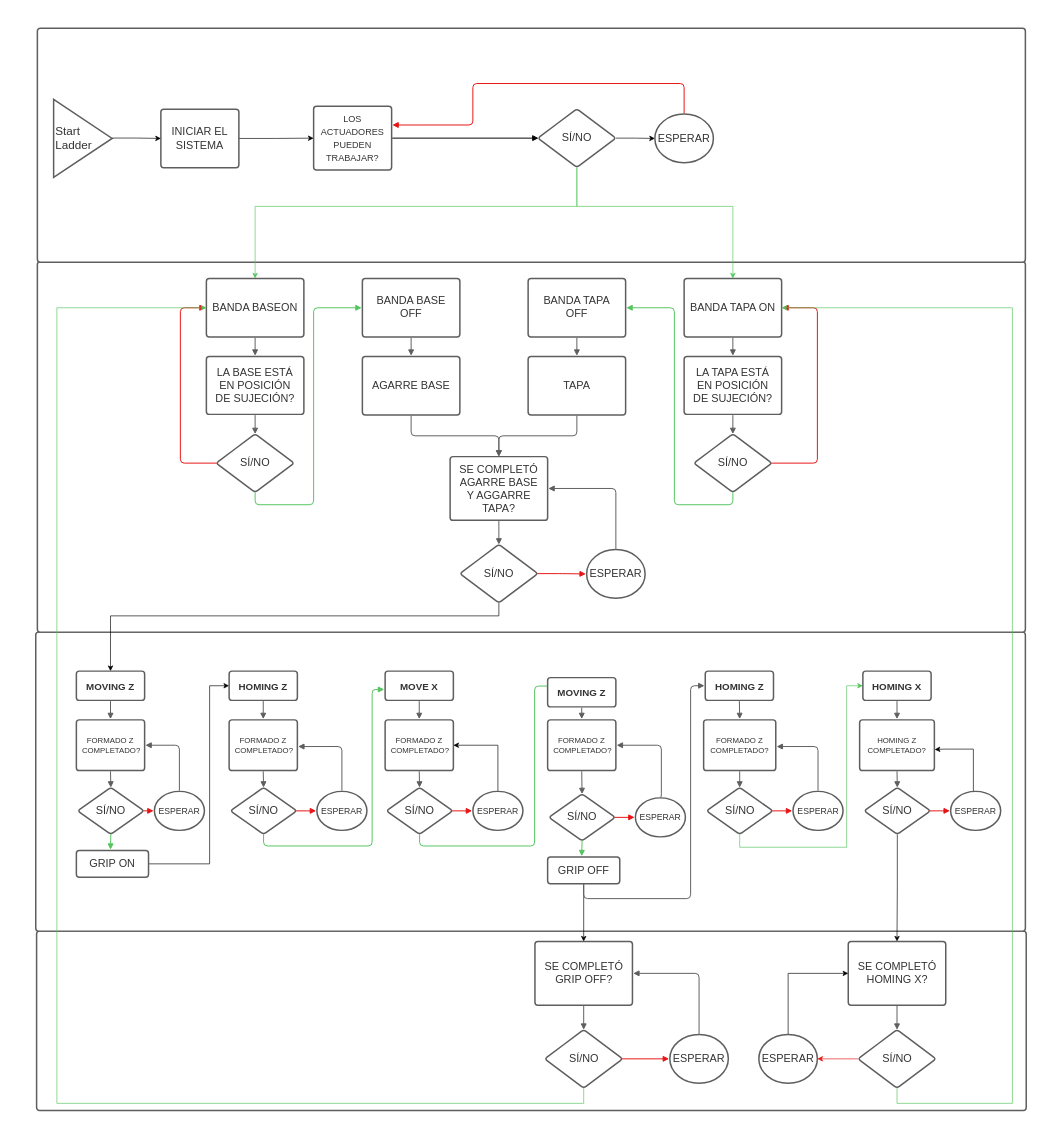
aholguinr/Semestre-10 keeps this draw.io diagram as SCADA y controladores industriales/SCADA R1.drawio. Above is the earlier version. Source tidied: cells renumbered, new cells numbered last; positions are measured from the earlier drawing's top-left corner, leaving out a move shared by most shapes. Both pictures are drawn from the tidied source at 65%, with x=0, y=0 at pixel (36, 28).
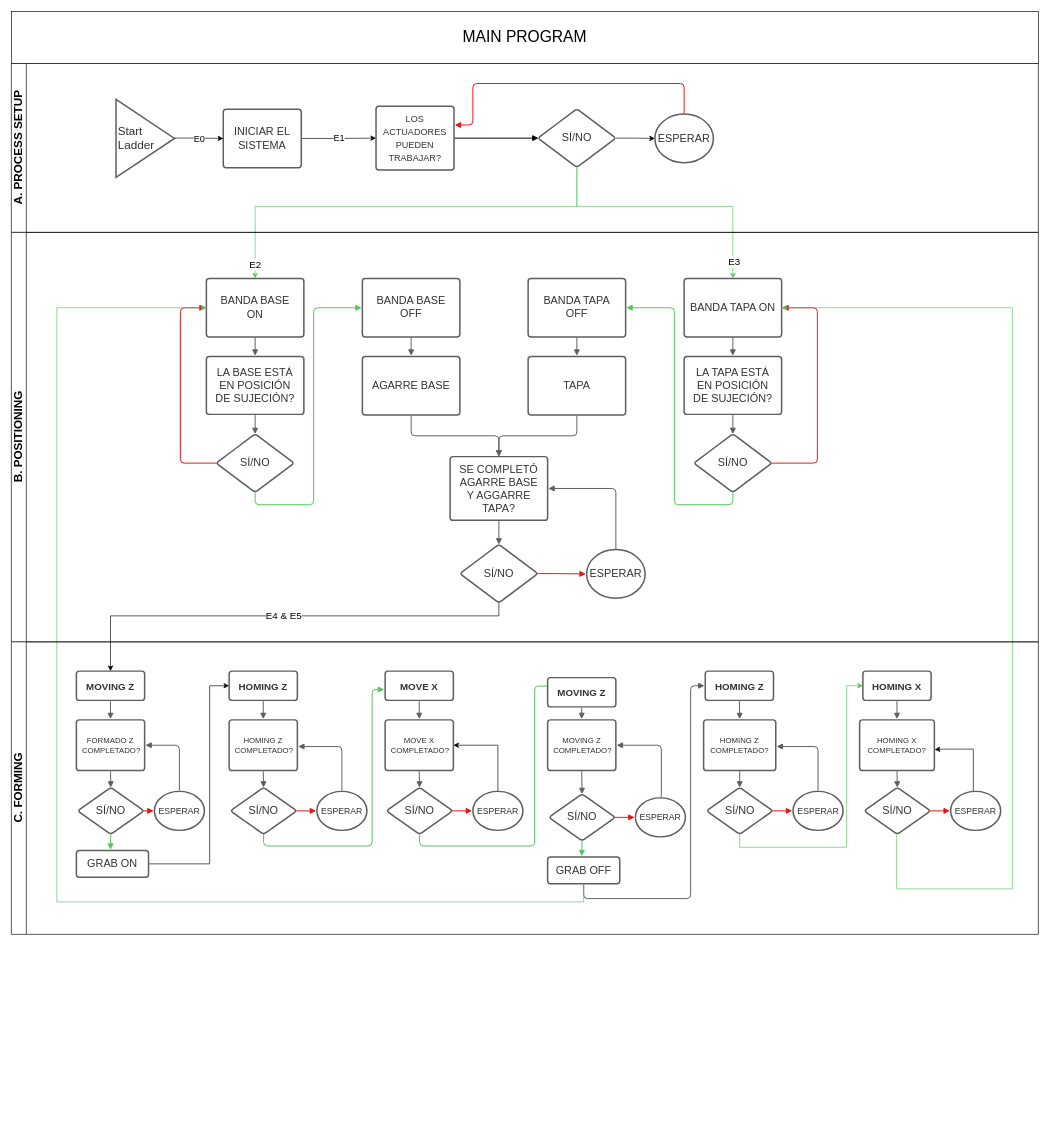
The same diagram, later.

The change refers to these unchanged cells:
```xml
<mxCell id="10" value="BANDA TAPA ON" style="html=1;overflow=block;blockSpacing=1;whiteSpace=wrap;fontSize=16.7;fontColor=#333333;align=center;spacing=9;strokeColor=#5e5e5e;strokeOpacity=100;rounded=1;absoluteArcSize=1;arcSize=9;strokeWidth=2.3;lucidId=hbyE5MZq4AQ-;" parent="1" vertex="1">
  <mxGeometry x="997" y="385" width="150" height="90" as="geometry" />
</mxCell>
<mxCell id="29" value="SÍ/NO" style="html=1;overflow=block;blockSpacing=1;whiteSpace=wrap;rhombus;fontSize=16.7;fontColor=#333333;align=center;spacing=3.8;strokeColor=#5e5e5e;strokeOpacity=100;rounded=1;absoluteArcSize=1;arcSize=9;strokeWidth=2.3;lucidId=gjyEcwo8gJlT;" parent="1" vertex="1">
  <mxGeometry x="652" y="794" width="120" height="90" as="geometry" />
</mxCell>
<mxCell id="34" value="MOVING Z" style="html=1;overflow=block;blockSpacing=1;whiteSpace=wrap;fontSize=15;fontColor=#333333;fontStyle=1;align=center;spacing=9;strokeColor=#5e5e5e;strokeOpacity=100;rounded=1;absoluteArcSize=1;arcSize=9;strokeWidth=2.3;lucidId=YmyEwCShwE1t;" parent="1" vertex="1">
  <mxGeometry x="62" y="989" width="105" height="45" as="geometry" />
</mxCell>
<mxCell id="65" value="&lt;font style=&quot;font-size: 18px;&quot;&gt;Start &lt;br&gt;Ladder&lt;/font&gt;" style="html=1;overflow=block;blockSpacing=1;whiteSpace=wrap;shape=mxgraph.basic.acute_triangle;dx=0.5;anchorPointDirection=0;fontSize=16.7;fontColor=#333333;align=left;spacing=3.8;strokeOpacity=100;rounded=1;absoluteArcSize=1;arcSize=9;strokeWidth=2.3;lucidId=u6xEnjwIJ-KL;fillColor=none;strokeColor=none;rotation=0;" parent="64" vertex="1">
  <mxGeometry x="0.12" y="-0.17" width="90" height="120" relative="1" as="geometry" />
</mxCell>
<mxCell id="69" style="edgeStyle=orthogonalEdgeStyle;rounded=0;jettySize=auto;html=1;entryX=0.5;entryY=0;entryDx=0;entryDy=0;strokeColor=#54C45E;" parent="1" edge="1" source="72" target="10">
  <mxGeometry relative="1" as="geometry">
    <Array as="points">
      <mxPoint x="832" y="274" />
      <mxPoint x="1072" y="274" />
    </Array>
  </mxGeometry>
</mxCell>
<mxCell id="71" style="edgeStyle=orthogonalEdgeStyle;rounded=0;jettySize=auto;html=1;entryX=0.5;entryY=0;entryDx=0;entryDy=0;strokeColor=#54C45E;" parent="1" edge="1" source="72" target="9">
  <mxGeometry relative="1" as="geometry">
    <Array as="points">
      <mxPoint x="832" y="274" />
      <mxPoint x="337" y="274" />
    </Array>
  </mxGeometry>
</mxCell>
<mxCell id="100" value="SÍ/NO" style="html=1;overflow=block;blockSpacing=1;whiteSpace=wrap;rhombus;fontSize=16.7;fontColor=#333333;align=center;spacing=3.8;strokeColor=#5e5e5e;strokeOpacity=100;rounded=1;absoluteArcSize=1;arcSize=9;strokeWidth=2.3;lucidId=CtyEHdSiDJRP;" parent="1" vertex="1">
  <mxGeometry x="1274" y="1168" width="102" height="72" as="geometry" />
</mxCell>
```

What changed in the source:
```diff
@@
-    <mxCell id="2" style="html=1;overflow=block;blockSpacing=1;whiteSpace=wrap;fontSize=13;align=center;spacing=9;strokeColor=#5e5e5e;strokeOpacity=100;rounded=1;absoluteArcSize=1;arcSize=9;strokeWidth=2.3;lucidId=y~xER-p5RncS;" parent="1" vertex="1">
-      <mxGeometry x="0.8" y="1389" width="1522.5" height="276" as="geometry" />
-    </mxCell>
-    <mxCell id="3" style="html=1;overflow=block;blockSpacing=1;whiteSpace=wrap;fontSize=13;align=center;spacing=9;strokeColor=#5e5e5e;strokeOpacity=100;rounded=1;absoluteArcSize=1;arcSize=9;strokeWidth=2.3;lucidId=y~xER-p5RncS;" parent="1" vertex="1">
-      <mxGeometry x="-0.5" y="929" width="1522.5" height="460" as="geometry" />
-    </mxCell>
-    <mxCell id="4" style="html=1;overflow=block;blockSpacing=1;whiteSpace=wrap;fontSize=13;align=center;spacing=9;strokeColor=#5e5e5e;strokeOpacity=100;rounded=1;absoluteArcSize=1;arcSize=9;strokeWidth=2.3;lucidId=y~xER-p5RncS;" parent="1" vertex="1">
-      <mxGeometry x="2" y="359" width="1520" height="570" as="geometry" />
-    </mxCell>
@@
-    <mxCell id="9" value="BANDA BASEON" style="html=1;overflow=block;blockSpacing=1;whiteSpace=wrap;fontSize=16.7;fontColor=#333333;align=center;spacing=9;strokeColor=#5e5e5e;strokeOpacity=100;rounded=1;absoluteArcSize=1;arcSize=9;strokeWidth=2.3;lucidId=cbyEpvFuCPS_;" parent="1" vertex="1">
+    <mxCell id="9" value="BANDA BASE ON" style="html=1;overflow=block;blockSpacing=1;whiteSpace=wrap;fontSize=16.7;fontColor=#333333;align=center;spacing=9;strokeColor=#5e5e5e;strokeOpacity=100;rounded=1;absoluteArcSize=1;arcSize=9;strokeWidth=2.3;lucidId=cbyEpvFuCPS_;" parent="1" vertex="1">
       <mxGeometry x="262" y="385" width="150" height="90" as="geometry" />
     </mxCell>
@@
-    <mxCell id="28" style="edgeStyle=orthogonalEdgeStyle;rounded=0;jettySize=auto;html=1;entryX=0.5;entryY=0;entryDx=0;entryDy=0;exitX=0.5;exitY=1;exitDx=0;exitDy=0;" parent="1" edge="1" source="29" target="34">
+    <mxCell id="28" value="&lt;font style=&quot;font-size: 15px;&quot;&gt;E4 &amp;amp; E5&lt;/font&gt;" style="edgeStyle=orthogonalEdgeStyle;rounded=0;jettySize=auto;html=1;entryX=0.5;entryY=0;entryDx=0;entryDy=0;exitX=0.5;exitY=1;exitDx=0;exitDy=0;" parent="1" edge="1" source="29" target="34">
       <mxGeometry relative="1" as="geometry">
         <Array as="points">
           <mxPoint x="712" y="904" />
           <mxPoint x="115" y="904" />
         </Array>
       </mxGeometry>
     </mxCell>
@@
-    <mxCell id="43" value="GRIP ON" style="html=1;overflow=block;blockSpacing=1;whiteSpace=wrap;fontSize=16.7;fontColor=#333333;align=center;spacing=9;strokeColor=#5e5e5e;strokeOpacity=100;rounded=1;absoluteArcSize=1;arcSize=9;strokeWidth=2.3;lucidId=jpyEtr1tzENd;" parent="1" vertex="1">
+    <mxCell id="43" value="GRAB&amp;nbsp;ON" style="html=1;overflow=block;blockSpacing=1;whiteSpace=wrap;fontSize=16.7;fontColor=#333333;align=center;spacing=9;strokeColor=#5e5e5e;strokeOpacity=100;rounded=1;absoluteArcSize=1;arcSize=9;strokeWidth=2.3;lucidId=jpyEtr1tzENd;" parent="1" vertex="1">
       <mxGeometry x="62" y="1265" width="111" height="41" as="geometry" />
     </mxCell>
@@
-    <mxCell id="46" value="&lt;font style=&quot;font-size: 12px;&quot;&gt;FORMADO Z COMPLETADO?&lt;/font&gt;" style="html=1;overflow=block;blockSpacing=1;whiteSpace=wrap;fontSize=13.3;fontColor=#333333;align=center;spacing=9;strokeColor=#5e5e5e;strokeOpacity=100;rounded=1;absoluteArcSize=1;arcSize=9;strokeWidth=2.3;lucidId=cryENDqO_~T5;" parent="1" vertex="1">
+    <mxCell id="46" value="&lt;font style=&quot;font-size: 12px;&quot;&gt;HOMING Z COMPLETADO?&lt;/font&gt;" style="html=1;overflow=block;blockSpacing=1;whiteSpace=wrap;fontSize=13.3;fontColor=#333333;align=center;spacing=9;strokeColor=#5e5e5e;strokeOpacity=100;rounded=1;absoluteArcSize=1;arcSize=9;strokeWidth=2.3;lucidId=cryENDqO_~T5;" parent="1" vertex="1">
       <mxGeometry x="297" y="1064" width="105" height="78" as="geometry" />
     </mxCell>
@@
-    <mxCell id="54" value="&lt;font style=&quot;font-size: 12px;&quot;&gt;FORMADO Z COMPLETADO?&lt;/font&gt;" style="html=1;overflow=block;blockSpacing=1;whiteSpace=wrap;fontSize=13.3;fontColor=#333333;align=center;spacing=9;strokeColor=#5e5e5e;strokeOpacity=100;rounded=1;absoluteArcSize=1;arcSize=9;strokeWidth=2.3;lucidId=CtyEcS1~Pwpf;" parent="1" vertex="1">
+    <mxCell id="54" value="&lt;font style=&quot;font-size: 12px;&quot;&gt;MOVE X COMPLETADO?&lt;/font&gt;" style="html=1;overflow=block;blockSpacing=1;whiteSpace=wrap;fontSize=13.3;fontColor=#333333;align=center;spacing=9;strokeColor=#5e5e5e;strokeOpacity=100;rounded=1;absoluteArcSize=1;arcSize=9;strokeWidth=2.3;lucidId=CtyEcS1~Pwpf;" parent="1" vertex="1">
       <mxGeometry x="537" y="1064" width="105" height="78" as="geometry" />
     </mxCell>
@@
-    <mxCell id="63" style="html=1;overflow=block;blockSpacing=1;whiteSpace=wrap;fontSize=13;align=center;spacing=9;strokeColor=#5e5e5e;strokeOpacity=100;rounded=1;absoluteArcSize=1;arcSize=9;strokeWidth=2.3;lucidId=c~xEfU_y-20k;" parent="1" vertex="1">
-      <mxGeometry x="2" width="1520" height="360" as="geometry" />
-    </mxCell>
     <mxCell id="64" style="html=1;overflow=block;blockSpacing=1;whiteSpace=wrap;shape=mxgraph.basic.acute_triangle;dx=0.5;anchorPointDirection=0;fontSize=16.7;fontColor=#333333;align=center;spacing=3.8;strokeColor=#5e5e5e;strokeOpacity=100;rounded=1;absoluteArcSize=1;arcSize=9;rotation=90;strokeWidth=2.3;lucidId=u6xEnjwIJ-KL;" parent="1" vertex="1">
-      <mxGeometry x="12" y="124.5" width="120" height="90" as="geometry" />
+      <mxGeometry x="108" y="124.5" width="120" height="90" as="geometry" />
     </mxCell>
@@
-    <mxCell id="66" style="edgeStyle=orthogonalEdgeStyle;rounded=0;jettySize=auto;html=1;entryX=0;entryY=0.5;entryDx=0;entryDy=0;" parent="1" edge="1" source="67" target="68">
+    <mxCell id="66" value="&lt;font style=&quot;font-size: 14px;&quot;&gt;E1&lt;/font&gt;" style="edgeStyle=orthogonalEdgeStyle;rounded=0;jettySize=auto;html=1;entryX=0;entryY=0.5;entryDx=0;entryDy=0;" parent="1" edge="1" source="67" target="68">
       <mxGeometry relative="1" as="geometry" />
     </mxCell>
     <mxCell id="67" value="INICIAR EL SISTEMA" style="html=1;overflow=block;blockSpacing=1;whiteSpace=wrap;fontSize=16.7;fontColor=#333333;align=center;spacing=9;strokeColor=#5e5e5e;strokeOpacity=100;rounded=1;absoluteArcSize=1;arcSize=9;strokeWidth=2.3;lucidId=d7xEheUjn.hv;" parent="1" vertex="1">
-      <mxGeometry x="192" y="124.5" width="120" height="90" as="geometry" />
+      <mxGeometry x="288" y="124.5" width="120" height="90" as="geometry" />
     </mxCell>
     <mxCell id="68" value="&lt;font style=&quot;font-size: 14px;&quot;&gt;LOS ACTUADORES PUEDEN TRABAJAR?&lt;/font&gt;" style="html=1;overflow=block;blockSpacing=1;whiteSpace=wrap;fontSize=16.7;fontColor=#333333;align=center;spacing=9;strokeColor=#5e5e5e;strokeOpacity=100;rounded=1;absoluteArcSize=1;arcSize=9;strokeWidth=2.3;lucidId=o7xEH_5VxEVu;" parent="1" vertex="1">
-      <mxGeometry x="427" y="120" width="120" height="98" as="geometry" />
+      <mxGeometry x="523" y="120" width="120" height="98" as="geometry" />
     </mxCell>
@@
+    <mxCell id="121" value="&lt;font style=&quot;font-size: 15px;&quot;&gt;E3&lt;/font&gt;" style="edgeLabel;html=1;align=center;verticalAlign=middle;" parent="69" vertex="1">
+      <mxGeometry x="0.87" y="1" relative="1" as="geometry" />
+    </mxCell>
@@
+    <mxCell id="122" value="&lt;font style=&quot;font-size: 15px;&quot;&gt;E2&lt;/font&gt;" style="edgeLabel;html=1;align=center;verticalAlign=middle;" parent="71" vertex="1">
+      <mxGeometry x="0.93" y="-1" relative="1" as="geometry" />
+    </mxCell>
@@
-    <mxCell id="77" value="&lt;font style=&quot;font-size: 12px;&quot;&gt;FORMADO Z COMPLETADO?&lt;/font&gt;" style="html=1;overflow=block;blockSpacing=1;whiteSpace=wrap;fontSize=13.3;fontColor=#333333;align=center;spacing=9;strokeColor=#5e5e5e;strokeOpacity=100;rounded=1;absoluteArcSize=1;arcSize=9;strokeWidth=2.3;lucidId=tnyEIG3p_EI_;" parent="1" vertex="1">
+    <mxCell id="77" value="&lt;font style=&quot;font-size: 12px;&quot;&gt;MOVING Z COMPLETADO?&lt;/font&gt;" style="html=1;overflow=block;blockSpacing=1;whiteSpace=wrap;fontSize=13.3;fontColor=#333333;align=center;spacing=9;strokeColor=#5e5e5e;strokeOpacity=100;rounded=1;absoluteArcSize=1;arcSize=9;strokeWidth=2.3;lucidId=tnyEIG3p_EI_;" parent="1" vertex="1">
       <mxGeometry x="787" y="1064" width="105" height="78" as="geometry" />
     </mxCell>
@@
-    <mxCell id="84" style="edgeStyle=orthogonalEdgeStyle;rounded=0;jettySize=auto;html=1;entryX=0.5;entryY=0;entryDx=0;entryDy=0;" parent="1" edge="1" source="85" target="106">
-      <mxGeometry relative="1" as="geometry" />
-    </mxCell>
-    <mxCell id="85" value="GRIP OFF" style="html=1;overflow=block;blockSpacing=1;whiteSpace=wrap;fontSize=16.7;fontColor=#333333;align=center;spacing=9;strokeColor=#5e5e5e;strokeOpacity=100;rounded=1;absoluteArcSize=1;arcSize=9;strokeWidth=2.3;lucidId=jpyEtr1tzENd;" parent="1" vertex="1">
+    <mxCell id="85" value="GRAB&amp;nbsp;OFF" style="html=1;overflow=block;blockSpacing=1;whiteSpace=wrap;fontSize=16.7;fontColor=#333333;align=center;spacing=9;strokeColor=#5e5e5e;strokeOpacity=100;rounded=1;absoluteArcSize=1;arcSize=9;strokeWidth=2.3;lucidId=jpyEtr1tzENd;" parent="1" vertex="1">
       <mxGeometry x="787" y="1275" width="111" height="41" as="geometry" />
     </mxCell>
@@
-    <mxCell id="89" value="&lt;font style=&quot;font-size: 12px;&quot;&gt;FORMADO Z COMPLETADO?&lt;/font&gt;" style="html=1;overflow=block;blockSpacing=1;whiteSpace=wrap;fontSize=13.3;fontColor=#333333;align=center;spacing=9;strokeColor=#5e5e5e;strokeOpacity=100;rounded=1;absoluteArcSize=1;arcSize=9;strokeWidth=2.3;lucidId=cryENDqO_~T5;" parent="1" vertex="1">
+    <mxCell id="89" value="&lt;font style=&quot;font-size: 12px;&quot;&gt;HOMING Z COMPLETADO?&lt;/font&gt;" style="html=1;overflow=block;blockSpacing=1;whiteSpace=wrap;fontSize=13.3;fontColor=#333333;align=center;spacing=9;strokeColor=#5e5e5e;strokeOpacity=100;rounded=1;absoluteArcSize=1;arcSize=9;strokeWidth=2.3;lucidId=cryENDqO_~T5;" parent="1" vertex="1">
       <mxGeometry x="1027" y="1064" width="111" height="78" as="geometry" />
     </mxCell>
@@
-    <mxCell id="98" value="&lt;font style=&quot;font-size: 12px;&quot;&gt;HOMING Z COMPLETADO?&lt;/font&gt;" style="html=1;overflow=block;blockSpacing=1;whiteSpace=wrap;fontSize=13.3;fontColor=#333333;align=center;spacing=9;strokeColor=#5e5e5e;strokeOpacity=100;rounded=1;absoluteArcSize=1;arcSize=9;strokeWidth=2.3;lucidId=CtyEcS1~Pwpf;" parent="1" vertex="1">
+    <mxCell id="98" value="&lt;font style=&quot;font-size: 12px;&quot;&gt;HOMING X COMPLETADO?&lt;/font&gt;" style="html=1;overflow=block;blockSpacing=1;whiteSpace=wrap;fontSize=13.3;fontColor=#333333;align=center;spacing=9;strokeColor=#5e5e5e;strokeOpacity=100;rounded=1;absoluteArcSize=1;arcSize=9;strokeWidth=2.3;lucidId=CtyEcS1~Pwpf;" parent="1" vertex="1">
       <mxGeometry x="1267" y="1064" width="115" height="78" as="geometry" />
     </mxCell>
-    <mxCell id="99" style="edgeStyle=orthogonalEdgeStyle;rounded=0;jettySize=auto;html=1;entryX=0.5;entryY=0;entryDx=0;entryDy=0;" parent="1" edge="1" source="100" target="113">
-      <mxGeometry relative="1" as="geometry" />
-    </mxCell>
@@
-    <mxCell id="106" value="SE COMPLETÓ GRIP OFF?" style="html=1;overflow=block;blockSpacing=1;whiteSpace=wrap;fontSize=16.7;fontColor=#333333;align=center;spacing=9;strokeColor=#5e5e5e;strokeOpacity=100;rounded=1;absoluteArcSize=1;arcSize=9;strokeWidth=2.3;lucidId=PhyEgIo.eC80;" parent="1" vertex="1">
-      <mxGeometry x="767.5" y="1405" width="150" height="98" as="geometry" />
-    </mxCell>
-    <mxCell id="107" style="edgeStyle=orthogonalEdgeStyle;rounded=0;jettySize=auto;html=1;entryX=0;entryY=0.5;entryDx=0;entryDy=0;strokeColor=#54C45E;exitX=0.5;exitY=1;exitDx=0;exitDy=0;" parent="1" edge="1" source="108" target="9">
+    <mxCell id="107" style="edgeStyle=orthogonalEdgeStyle;rounded=0;jettySize=auto;html=1;entryX=0;entryY=0.5;entryDx=0;entryDy=0;strokeColor=#54C45E;exitX=0.5;exitY=1;exitDx=0;exitDy=0;" parent="1" edge="1" source="85" target="9">
       <mxGeometry relative="1" as="geometry">
         <Array as="points">
-          <mxPoint x="842" y="1654" />
-          <mxPoint x="32" y="1654" />
+          <mxPoint x="843" y="1344" />
+          <mxPoint x="32" y="1344" />
           <mxPoint x="32" y="430" />
         </Array>
       </mxGeometry>
     </mxCell>
-    <mxCell id="108" value="SÍ/NO" style="html=1;overflow=block;blockSpacing=1;whiteSpace=wrap;rhombus;fontSize=16.7;fontColor=#333333;align=center;spacing=3.8;strokeColor=#5e5e5e;strokeOpacity=100;rounded=1;absoluteArcSize=1;arcSize=9;strokeWidth=2.3;lucidId=gjyEcwo8gJlT;" parent="1" vertex="1">
-      <mxGeometry x="782.5" y="1540.5" width="120" height="90" as="geometry" />
-    </mxCell>
-    <mxCell id="109" value="ESPERAR" style="html=1;overflow=block;blockSpacing=1;whiteSpace=wrap;ellipse;fontSize=16.7;fontColor=#333333;align=center;spacing=3.8;strokeColor=#5e5e5e;strokeOpacity=100;rounded=1;absoluteArcSize=1;arcSize=9;strokeWidth=2.3;lucidId=rjyEpOssymkE;" parent="1" vertex="1">
-      <mxGeometry x="975" y="1548" width="90" height="75" as="geometry" />
-    </mxCell>
-    <mxCell id="110" style="html=1;jettySize=18;whiteSpace=wrap;fontSize=13;strokeColor=#E81313;strokeOpacity=100;strokeWidth=1.5;rounded=1;arcSize=12;edgeStyle=orthogonalEdgeStyle;startArrow=none;endArrow=block;endFill=1;exitX=0.991;exitY=0.5;exitPerimeter=0;entryX=-0.013;entryY=0.5;entryPerimeter=0;lucidId=4jyEf3F_.nIu;" parent="1" edge="1" source="108" target="109">
-      <mxGeometry relative="1" as="geometry" />
-    </mxCell>
-    <mxCell id="111" style="html=1;jettySize=18;whiteSpace=wrap;fontSize=13;strokeColor=#5E5E5E;strokeWidth=1.5;rounded=1;arcSize=12;edgeStyle=orthogonalEdgeStyle;startArrow=none;endArrow=block;endFill=1;exitX=0.5;exitY=-0.015;exitPerimeter=0;entryX=1.007;entryY=0.5;entryPerimeter=0;lucidId=4lyEjpNq62VK;" parent="1" edge="1" source="109" target="106">
-      <mxGeometry relative="1" as="geometry">
-        <Array as="points">
-          <mxPoint x="1020" y="1454" />
-        </Array>
-      </mxGeometry>
-    </mxCell>
-    <mxCell id="112" style="html=1;jettySize=18;whiteSpace=wrap;fontSize=13;strokeColor=#5E5E5E;strokeWidth=1.5;rounded=1;arcSize=12;edgeStyle=orthogonalEdgeStyle;startArrow=none;endArrow=block;endFill=1;exitX=0.5;exitY=1.011;exitPerimeter=0;entryX=0.5;entryY=0.004;entryPerimeter=0;lucidId=amyExHTy6ia8;" parent="1" edge="1" source="106" target="108">
-      <mxGeometry relative="1" as="geometry" />
-    </mxCell>
-    <mxCell id="113" value="SE COMPLETÓ HOMING X?" style="html=1;overflow=block;blockSpacing=1;whiteSpace=wrap;fontSize=16.7;fontColor=#333333;align=center;spacing=9;strokeColor=#5e5e5e;strokeOpacity=100;rounded=1;absoluteArcSize=1;arcSize=9;strokeWidth=2.3;lucidId=PhyEgIo.eC80;" parent="1" vertex="1">
-      <mxGeometry x="1249.5" y="1405" width="150" height="98" as="geometry" />
-    </mxCell>
-    <mxCell id="114" style="edgeStyle=orthogonalEdgeStyle;rounded=0;jettySize=auto;html=1;entryX=1;entryY=0.5;entryDx=0;entryDy=0;fillColor=#54C45E;strokeColor=#54C45E;" parent="1" edge="1" source="116" target="10">
+    <mxCell id="114" style="edgeStyle=orthogonalEdgeStyle;rounded=0;jettySize=auto;html=1;entryX=1;entryY=0.5;entryDx=0;entryDy=0;fillColor=#54C45E;strokeColor=#54C45E;exitX=0.5;exitY=1;exitDx=0;exitDy=0;" parent="1" edge="1" source="100" target="10">
       <mxGeometry relative="1" as="geometry">
         <Array as="points">
-          <mxPoint x="1324" y="1654" />
-          <mxPoint x="1502" y="1654" />
+          <mxPoint x="1324" y="1324" />
+          <mxPoint x="1502" y="1324" />
           <mxPoint x="1502" y="430" />
         </Array>
       </mxGeometry>
     </mxCell>
-    <mxCell id="115" style="edgeStyle=orthogonalEdgeStyle;rounded=0;jettySize=auto;html=1;entryX=1;entryY=0.5;entryDx=0;entryDy=0;strokeColor=#E81313;" parent="1" edge="1" source="116" target="118">
-      <mxGeometry relative="1" as="geometry" />
-    </mxCell>
-    <mxCell id="116" value="SÍ/NO" style="html=1;overflow=block;blockSpacing=1;whiteSpace=wrap;rhombus;fontSize=16.7;fontColor=#333333;align=center;spacing=3.8;strokeColor=#5e5e5e;strokeOpacity=100;rounded=1;absoluteArcSize=1;arcSize=9;strokeWidth=2.3;lucidId=gjyEcwo8gJlT;" parent="1" vertex="1">
-      <mxGeometry x="1264.5" y="1540.5" width="120" height="90" as="geometry" />
-    </mxCell>
-    <mxCell id="117" style="edgeStyle=orthogonalEdgeStyle;rounded=0;jettySize=auto;html=1;entryX=0;entryY=0.5;entryDx=0;entryDy=0;" parent="1" edge="1" source="118" target="113">
-      <mxGeometry relative="1" as="geometry">
-        <Array as="points">
-          <mxPoint x="1157" y="1454" />
-        </Array>
-      </mxGeometry>
-    </mxCell>
-    <mxCell id="118" value="ESPERAR" style="html=1;overflow=block;blockSpacing=1;whiteSpace=wrap;ellipse;fontSize=16.7;fontColor=#333333;align=center;spacing=3.8;strokeColor=#5e5e5e;strokeOpacity=100;rounded=1;absoluteArcSize=1;arcSize=9;strokeWidth=2.3;lucidId=rjyEpOssymkE;" parent="1" vertex="1">
-      <mxGeometry x="1112" y="1548" width="90" height="75" as="geometry" />
-    </mxCell>
-    <mxCell id="119" style="html=1;jettySize=18;whiteSpace=wrap;fontSize=13;strokeColor=#5E5E5E;strokeWidth=1.5;rounded=1;arcSize=12;edgeStyle=orthogonalEdgeStyle;startArrow=none;endArrow=block;endFill=1;exitX=0.5;exitY=1.011;exitPerimeter=0;entryX=0.5;entryY=0.004;entryPerimeter=0;lucidId=amyExHTy6ia8;" parent="1" edge="1" source="113" target="116">
-      <mxGeometry relative="1" as="geometry" />
-    </mxCell>
-    <mxCell id="120" style="edgeStyle=orthogonalEdgeStyle;rounded=0;jettySize=auto;html=1;entryX=0;entryY=0.5;entryDx=0;entryDy=0;" parent="1" edge="1" source="65" target="67">
+    <mxCell id="120" value="&lt;font style=&quot;font-size: 14px;&quot;&gt;E0&lt;/font&gt;" style="edgeStyle=orthogonalEdgeStyle;rounded=0;jettySize=auto;html=1;entryX=0;entryY=0.5;entryDx=0;entryDy=0;" parent="1" edge="1" source="65" target="67">
       <mxGeometry relative="1" as="geometry" />
     </mxCell>
+    <mxCell id="123" value="&lt;font style=&quot;font-size: 18px;&quot;&gt;A. PROCESS SETUP&lt;/font&gt;" style="swimlane;horizontal=0;whiteSpace=wrap;html=1;fontSize=15;" parent="1" vertex="1">
+      <mxGeometry x="-38" y="54" width="1580" height="260" as="geometry" />
+    </mxCell>
+    <mxCell id="124" value="&lt;font style=&quot;font-size: 18px;&quot;&gt;B. POSITIONING&lt;/font&gt;" style="swimlane;horizontal=0;whiteSpace=wrap;html=1;fontSize=15;" parent="1" vertex="1">
+      <mxGeometry x="-38" y="314" width="1580" height="630" as="geometry" />
+    </mxCell>
+    <mxCell id="125" value="&lt;font style=&quot;font-size: 18px;&quot;&gt;C. FORMING&lt;/font&gt;" style="swimlane;horizontal=0;whiteSpace=wrap;html=1;fontSize=15;" parent="1" vertex="1">
+      <mxGeometry x="-38" y="944" width="1580" height="450" as="geometry" />
+    </mxCell>
+    <mxCell id="126" value="&lt;font style=&quot;font-size: 24px;&quot;&gt;MAIN PROGRAM&lt;/font&gt;" style="rounded=0;whiteSpace=wrap;html=1;fontSize=15;" parent="1" vertex="1">
+      <mxGeometry x="-38" y="-26" width="1580" height="80" as="geometry" />
+    </mxCell>
```
